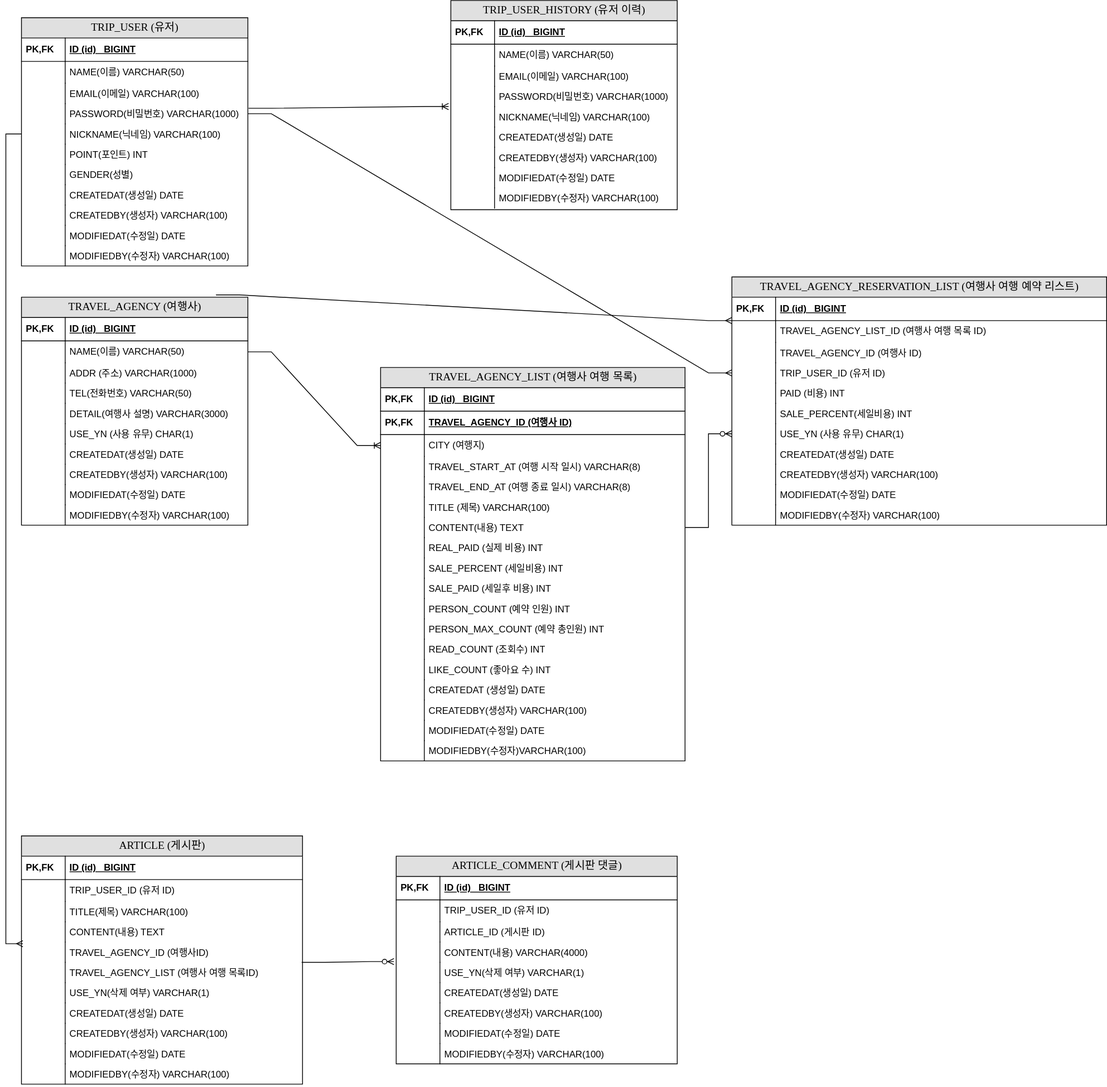
yang-hyunwoo/board-site keeps this draw.io diagram as document/여행 사이트 ERD 다이어그램.drawio.svg. Above is the earlier version. Source tidied: cells renumbered, new cells last; positions are measured from the earlier drawing's top-left corner, leaving out a move shared by most shapes.
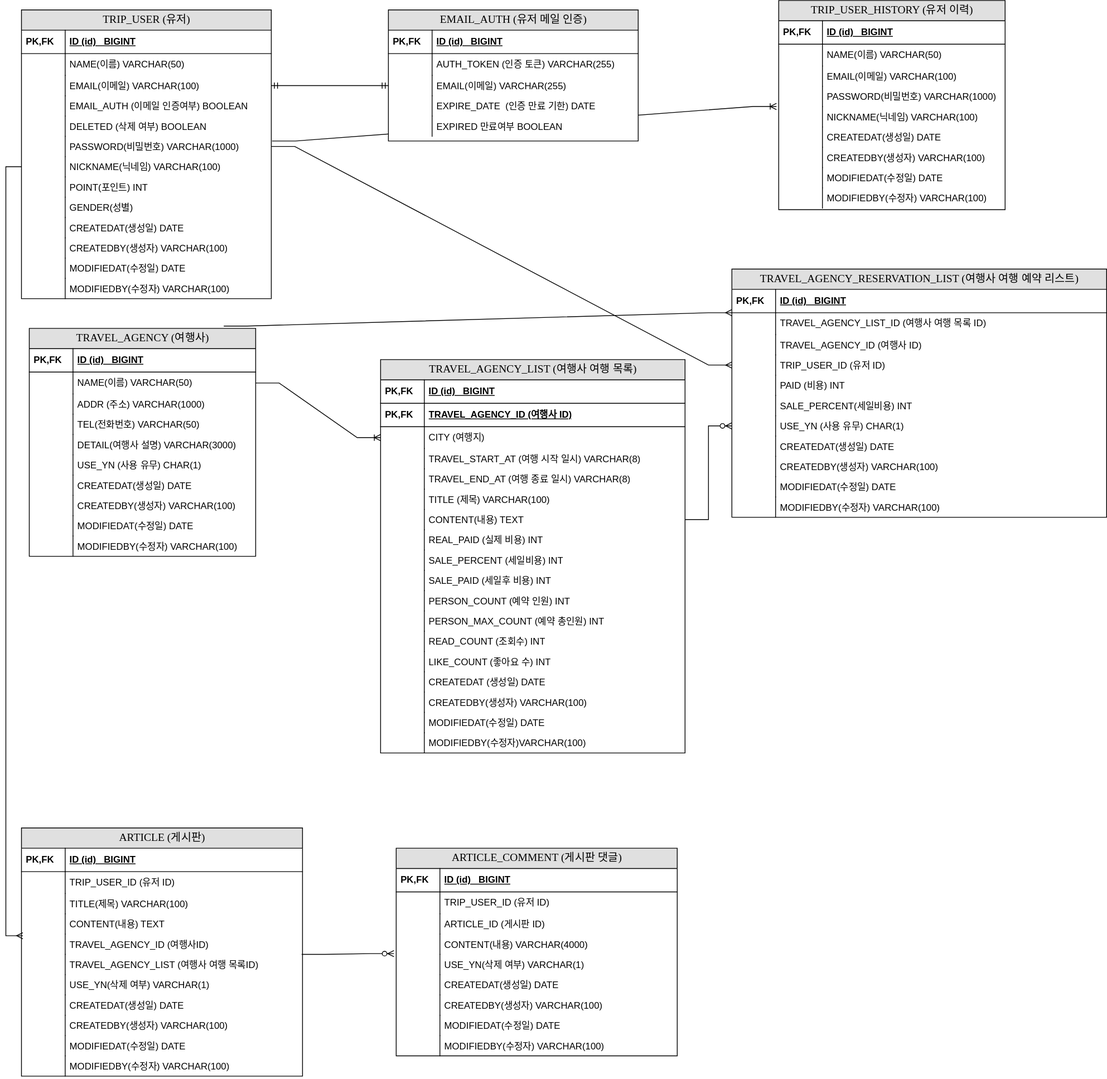
After the change.

Commit message:
여행 사이트 ERD 다이어그램.drawio.svg 업데이트

What changed in the source:
```diff
@@ -3,70 +3,82 @@
     <mxCell id="0" />
     <mxCell id="1" parent="0" />
     <mxCell id="2" value="TRIP_USER (유저)" style="swimlane;html=1;fontStyle=0;horizontal=1;startSize=26;fillColor=#e0e0e0;swimlaneFillColor=#ffffff;align=center;rounded=0;shadow=0;comic=0;labelBackgroundColor=none;strokeWidth=1;fontFamily=Verdana;fontSize=14;" parent="1" vertex="1">
-      <mxGeometry y="22" width="290" height="318" as="geometry" />
+      <mxGeometry y="22" width="320" height="370" as="geometry" />
     </mxCell>
     <mxCell id="3" value="ID (id)&amp;nbsp; &amp;nbsp;BIGINT" style="shape=partialRectangle;top=0;left=0;right=0;bottom=1;html=1;align=left;verticalAlign=middle;fillColor=none;spacingLeft=60;spacingRight=4;whiteSpace=wrap;overflow=hidden;fontStyle=5;" parent="2" vertex="1">
-      <mxGeometry y="26" width="290" height="30" as="geometry" />
+      <mxGeometry y="26" width="320" height="30" as="geometry" />
     </mxCell>
     <mxCell id="4" value="PK,FK" style="shape=partialRectangle;fontStyle=1;top=0;left=0;bottom=0;html=1;fillColor=none;align=left;verticalAlign=middle;spacingLeft=4;spacingRight=4;whiteSpace=wrap;overflow=hidden;" parent="3" vertex="1">
       <mxGeometry width="56" height="30" as="geometry" />
     </mxCell>
     <mxCell id="5" value="NAME(이름) VARCHAR(50)" style="shape=partialRectangle;top=0;left=0;right=0;bottom=0;html=1;align=left;verticalAlign=top;fillColor=none;spacingLeft=60;spacingRight=4;whiteSpace=wrap;overflow=hidden;" parent="2" vertex="1">
-      <mxGeometry y="56" width="290" height="28" as="geometry" />
+      <mxGeometry y="56" width="320" height="28" as="geometry" />
     </mxCell>
     <mxCell id="6" style="shape=partialRectangle;top=0;left=0;bottom=0;html=1;fillColor=none;align=left;verticalAlign=top;spacingLeft=4;spacingRight=4;whiteSpace=wrap;overflow=hidden;" parent="5" vertex="1">
       <mxGeometry width="56" height="28" as="geometry" />
     </mxCell>
     <mxCell id="7" value="EMAIL(이메일) VARCHAR(100)" style="shape=partialRectangle;top=0;left=0;right=0;bottom=0;html=1;align=left;verticalAlign=top;fillColor=none;spacingLeft=60;spacingRight=4;whiteSpace=wrap;overflow=hidden;points=[[0,0.5],[1,0.5]];portConstraint=eastwest;" parent="2" vertex="1">
-      <mxGeometry y="84" width="290" height="26" as="geometry" />
+      <mxGeometry y="84" width="320" height="26" as="geometry" />
     </mxCell>
     <mxCell id="8" style="shape=partialRectangle;top=0;left=0;bottom=0;html=1;fillColor=none;align=left;verticalAlign=top;spacingLeft=4;spacingRight=4;whiteSpace=wrap;overflow=hidden;" parent="7" vertex="1">
       <mxGeometry width="56" height="26" as="geometry" />
     </mxCell>
+    <mxCell id="174" value="EMAIL_AUTH (이메일 인증여부) BOOLEAN" style="shape=partialRectangle;top=0;left=0;right=0;bottom=0;html=1;align=left;verticalAlign=top;fillColor=none;spacingLeft=60;spacingRight=4;whiteSpace=wrap;overflow=hidden;" parent="2" vertex="1">
+      <mxGeometry y="110" width="320" height="26" as="geometry" />
+    </mxCell>
+    <mxCell id="175" style="shape=partialRectangle;top=0;left=0;bottom=0;html=1;fillColor=none;align=left;verticalAlign=top;spacingLeft=4;spacingRight=4;whiteSpace=wrap;overflow=hidden;" parent="174" vertex="1">
+      <mxGeometry width="56" height="26" as="geometry" />
+    </mxCell>
+    <mxCell id="176" value="DELETED (삭제 여부) BOOLEAN" style="shape=partialRectangle;top=0;left=0;right=0;bottom=0;html=1;align=left;verticalAlign=top;fillColor=none;spacingLeft=60;spacingRight=4;whiteSpace=wrap;overflow=hidden;" parent="2" vertex="1">
+      <mxGeometry y="136" width="320" height="26" as="geometry" />
+    </mxCell>
+    <mxCell id="177" style="shape=partialRectangle;top=0;left=0;bottom=0;html=1;fillColor=none;align=left;verticalAlign=top;spacingLeft=4;spacingRight=4;whiteSpace=wrap;overflow=hidden;" parent="176" vertex="1">
+      <mxGeometry width="56" height="26" as="geometry" />
+    </mxCell>
     <mxCell id="9" value="PASSWORD(비밀번호) VARCHAR(1000)" style="shape=partialRectangle;top=0;left=0;right=0;bottom=0;html=1;align=left;verticalAlign=top;fillColor=none;spacingLeft=60;spacingRight=4;whiteSpace=wrap;overflow=hidden;points=[[0,0.5],[1,0.5]];portConstraint=eastwest;" parent="2" vertex="1">
-      <mxGeometry y="110" width="290" height="26" as="geometry" />
+      <mxGeometry y="162" width="320" height="26" as="geometry" />
     </mxCell>
     <mxCell id="10" style="shape=partialRectangle;top=0;left=0;bottom=0;html=1;fillColor=none;align=left;verticalAlign=top;spacingLeft=4;spacingRight=4;whiteSpace=wrap;overflow=hidden;" parent="9" vertex="1">
       <mxGeometry width="56" height="26" as="geometry" />
     </mxCell>
     <mxCell id="11" value="NICKNAME(닉네임) VARCHAR(100)" style="shape=partialRectangle;top=0;left=0;right=0;bottom=0;html=1;align=left;verticalAlign=top;fillColor=none;spacingLeft=60;spacingRight=4;whiteSpace=wrap;overflow=hidden;points=[[0,0.5],[1,0.5]];portConstraint=eastwest;" parent="2" vertex="1">
-      <mxGeometry y="136" width="290" height="26" as="geometry" />
+      <mxGeometry y="188" width="320" height="26" as="geometry" />
     </mxCell>
     <mxCell id="12" style="shape=partialRectangle;top=0;left=0;bottom=0;html=1;fillColor=none;align=left;verticalAlign=top;spacingLeft=4;spacingRight=4;whiteSpace=wrap;overflow=hidden;" parent="11" vertex="1">
       <mxGeometry width="56" height="26" as="geometry" />
     </mxCell>
     <mxCell id="13" value="POINT(포인트) INT" style="shape=partialRectangle;top=0;left=0;right=0;bottom=0;html=1;align=left;verticalAlign=top;fillColor=none;spacingLeft=60;spacingRight=4;whiteSpace=wrap;overflow=hidden;" parent="2" vertex="1">
-      <mxGeometry y="162" width="290" height="26" as="geometry" />
+      <mxGeometry y="214" width="320" height="26" as="geometry" />
     </mxCell>
     <mxCell id="14" style="shape=partialRectangle;top=0;left=0;bottom=0;html=1;fillColor=none;align=left;verticalAlign=top;spacingLeft=4;spacingRight=4;whiteSpace=wrap;overflow=hidden;" parent="13" vertex="1">
       <mxGeometry width="56" height="26" as="geometry" />
     </mxCell>
     <mxCell id="15" value="GENDER(성별)" style="shape=partialRectangle;top=0;left=0;right=0;bottom=0;html=1;align=left;verticalAlign=top;fillColor=none;spacingLeft=60;spacingRight=4;whiteSpace=wrap;overflow=hidden;" parent="2" vertex="1">
-      <mxGeometry y="188" width="290" height="26" as="geometry" />
+      <mxGeometry y="240" width="320" height="26" as="geometry" />
     </mxCell>
     <mxCell id="16" style="shape=partialRectangle;top=0;left=0;bottom=0;html=1;fillColor=none;align=left;verticalAlign=top;spacingLeft=4;spacingRight=4;whiteSpace=wrap;overflow=hidden;" parent="15" vertex="1">
       <mxGeometry width="56" height="26" as="geometry" />
     </mxCell>
     <mxCell id="17" value="CREATEDAT(생성일) DATE" style="shape=partialRectangle;top=0;left=0;right=0;bottom=0;html=1;align=left;verticalAlign=top;fillColor=none;spacingLeft=60;spacingRight=4;whiteSpace=wrap;overflow=hidden;" parent="2" vertex="1">
-      <mxGeometry y="214" width="290" height="26" as="geometry" />
+      <mxGeometry y="266" width="320" height="26" as="geometry" />
     </mxCell>
     <mxCell id="18" style="shape=partialRectangle;top=0;left=0;bottom=0;html=1;fillColor=none;align=left;verticalAlign=top;spacingLeft=4;spacingRight=4;whiteSpace=wrap;overflow=hidden;" parent="17" vertex="1">
       <mxGeometry width="56" height="26" as="geometry" />
     </mxCell>
     <mxCell id="19" value="CREATEDBY(생성자) VARCHAR(100)" style="shape=partialRectangle;top=0;left=0;right=0;bottom=0;html=1;align=left;verticalAlign=top;fillColor=none;spacingLeft=60;spacingRight=4;whiteSpace=wrap;overflow=hidden;" parent="2" vertex="1">
-      <mxGeometry y="240" width="290" height="26" as="geometry" />
+      <mxGeometry y="292" width="320" height="26" as="geometry" />
     </mxCell>
     <mxCell id="20" style="shape=partialRectangle;top=0;left=0;bottom=0;html=1;fillColor=none;align=left;verticalAlign=top;spacingLeft=4;spacingRight=4;whiteSpace=wrap;overflow=hidden;" parent="19" vertex="1">
       <mxGeometry width="56" height="26" as="geometry" />
     </mxCell>
     <mxCell id="21" value="MODIFIEDAT(수정일) DATE" style="shape=partialRectangle;top=0;left=0;right=0;bottom=0;html=1;align=left;verticalAlign=top;fillColor=none;spacingLeft=60;spacingRight=4;whiteSpace=wrap;overflow=hidden;" parent="2" vertex="1">
-      <mxGeometry y="266" width="290" height="26" as="geometry" />
+      <mxGeometry y="318" width="320" height="26" as="geometry" />
     </mxCell>
     <mxCell id="22" style="shape=partialRectangle;top=0;left=0;bottom=0;html=1;fillColor=none;align=left;verticalAlign=top;spacingLeft=4;spacingRight=4;whiteSpace=wrap;overflow=hidden;" parent="21" vertex="1">
       <mxGeometry width="56" height="26" as="geometry" />
     </mxCell>
     <mxCell id="23" value="MODIFIEDBY(수정자) VARCHAR(100)" style="shape=partialRectangle;top=0;left=0;right=0;bottom=0;html=1;align=left;verticalAlign=top;fillColor=none;spacingLeft=60;spacingRight=4;whiteSpace=wrap;overflow=hidden;" parent="2" vertex="1">
-      <mxGeometry y="292" width="290" height="26" as="geometry" />
+      <mxGeometry y="344" width="320" height="26" as="geometry" />
     </mxCell>
     <mxCell id="24" style="shape=partialRectangle;top=0;left=0;bottom=0;html=1;fillColor=none;align=left;verticalAlign=top;spacingLeft=4;spacingRight=4;whiteSpace=wrap;overflow=hidden;" parent="23" vertex="1">
       <mxGeometry width="56" height="26" as="geometry" />
@@ -75,7 +87,7 @@
       <mxGeometry relative="1" as="geometry" />
     </mxCell>
     <mxCell id="26" value="TRIP_USER_HISTORY (유저 이력)" style="swimlane;html=1;fontStyle=0;horizontal=1;startSize=26;fillColor=#e0e0e0;swimlaneFillColor=#ffffff;align=center;rounded=0;shadow=0;comic=0;labelBackgroundColor=none;strokeWidth=1;fontFamily=Verdana;fontSize=14;" parent="1" vertex="1">
-      <mxGeometry x="550" width="290" height="268" as="geometry" />
+      <mxGeometry x="970" y="10" width="290" height="268" as="geometry" />
     </mxCell>
     <mxCell id="27" value="ID (id)&amp;nbsp; &amp;nbsp;BIGINT" style="shape=partialRectangle;top=0;left=0;right=0;bottom=1;html=1;align=left;verticalAlign=middle;fillColor=none;spacingLeft=60;spacingRight=4;whiteSpace=wrap;overflow=hidden;fontStyle=5;" parent="26" vertex="1">
       <mxGeometry y="26" width="290" height="30" as="geometry" />
@@ -132,7 +144,7 @@
       <mxGeometry width="56" height="26" as="geometry" />
     </mxCell>
     <mxCell id="45" value="TRAVEL_AGENCY (여행사)" style="swimlane;html=1;fontStyle=0;horizontal=1;startSize=26;fillColor=#e0e0e0;swimlaneFillColor=#ffffff;align=center;rounded=0;shadow=0;comic=0;labelBackgroundColor=none;strokeWidth=1;fontFamily=Verdana;fontSize=14;" parent="1" vertex="1">
-      <mxGeometry y="380" width="290" height="292" as="geometry" />
+      <mxGeometry x="10" y="430" width="290" height="292" as="geometry" />
     </mxCell>
     <mxCell id="46" value="ID (id)&amp;nbsp; &amp;nbsp;BIGINT" style="shape=partialRectangle;top=0;left=0;right=0;bottom=1;html=1;align=left;verticalAlign=middle;fillColor=none;spacingLeft=60;spacingRight=4;whiteSpace=wrap;overflow=hidden;fontStyle=5;" parent="45" vertex="1">
       <mxGeometry y="26" width="290" height="30" as="geometry" />
@@ -520,5 +532,41 @@
     <mxCell id="173" style="edgeStyle=entityRelationEdgeStyle;fontSize=12;html=1;endArrow=ERmany;rounded=0;exitX=1;exitY=0.5;exitDx=0;exitDy=0;entryX=0;entryY=0.5;entryDx=0;entryDy=0;" parent="1" edge="1" source="9" target="111">
       <mxGeometry relative="1" as="geometry" />
     </mxCell>
+    <mxCell id="178" value="EMAIL_AUTH (유저 메일 인증)" style="swimlane;html=1;fontStyle=0;horizontal=1;startSize=26;fillColor=#e0e0e0;swimlaneFillColor=#ffffff;align=center;rounded=0;shadow=0;comic=0;labelBackgroundColor=none;strokeWidth=1;fontFamily=Verdana;fontSize=14;" parent="1" vertex="1">
+      <mxGeometry x="470" y="22" width="320" height="168" as="geometry" />
+    </mxCell>
+    <mxCell id="179" value="ID (id)&amp;nbsp; &amp;nbsp;BIGINT" style="shape=partialRectangle;top=0;left=0;right=0;bottom=1;html=1;align=left;verticalAlign=middle;fillColor=none;spacingLeft=60;spacingRight=4;whiteSpace=wrap;overflow=hidden;fontStyle=5;" parent="178" vertex="1">
+      <mxGeometry y="26" width="320" height="30" as="geometry" />
+    </mxCell>
+    <mxCell id="180" value="PK,FK" style="shape=partialRectangle;fontStyle=1;top=0;left=0;bottom=0;html=1;fillColor=none;align=left;verticalAlign=middle;spacingLeft=4;spacingRight=4;whiteSpace=wrap;overflow=hidden;" parent="179" vertex="1">
+      <mxGeometry width="56" height="30" as="geometry" />
+    </mxCell>
+    <mxCell id="181" value="AUTH_TOKEN (인증 토큰) VARCHAR(255)" style="shape=partialRectangle;top=0;left=0;right=0;bottom=0;html=1;align=left;verticalAlign=top;fillColor=none;spacingLeft=60;spacingRight=4;whiteSpace=wrap;overflow=hidden;" parent="178" vertex="1">
+      <mxGeometry y="56" width="320" height="28" as="geometry" />
+    </mxCell>
+    <mxCell id="182" style="shape=partialRectangle;top=0;left=0;bottom=0;html=1;fillColor=none;align=left;verticalAlign=top;spacingLeft=4;spacingRight=4;whiteSpace=wrap;overflow=hidden;" parent="181" vertex="1">
+      <mxGeometry width="56" height="28" as="geometry" />
+    </mxCell>
+    <mxCell id="183" value="EMAIL(이메일) VARCHAR(255)" style="shape=partialRectangle;top=0;left=0;right=0;bottom=0;html=1;align=left;verticalAlign=top;fillColor=none;spacingLeft=60;spacingRight=4;whiteSpace=wrap;overflow=hidden;points=[[0,0.5],[1,0.5]];portConstraint=eastwest;" parent="178" vertex="1">
+      <mxGeometry y="84" width="320" height="26" as="geometry" />
+    </mxCell>
+    <mxCell id="184" style="shape=partialRectangle;top=0;left=0;bottom=0;html=1;fillColor=none;align=left;verticalAlign=top;spacingLeft=4;spacingRight=4;whiteSpace=wrap;overflow=hidden;" parent="183" vertex="1">
+      <mxGeometry width="56" height="26" as="geometry" />
+    </mxCell>
+    <mxCell id="185" value="EXPIRE_DATE&amp;nbsp; (인증 만료 기한) DATE" style="shape=partialRectangle;top=0;left=0;right=0;bottom=0;html=1;align=left;verticalAlign=top;fillColor=none;spacingLeft=60;spacingRight=4;whiteSpace=wrap;overflow=hidden;" parent="178" vertex="1">
+      <mxGeometry y="110" width="320" height="26" as="geometry" />
+    </mxCell>
+    <mxCell id="186" style="shape=partialRectangle;top=0;left=0;bottom=0;html=1;fillColor=none;align=left;verticalAlign=top;spacingLeft=4;spacingRight=4;whiteSpace=wrap;overflow=hidden;" parent="185" vertex="1">
+      <mxGeometry width="56" height="26" as="geometry" />
+    </mxCell>
+    <mxCell id="187" value="EXPIRED 만료여부 BOOLEAN" style="shape=partialRectangle;top=0;left=0;right=0;bottom=0;html=1;align=left;verticalAlign=top;fillColor=none;spacingLeft=60;spacingRight=4;whiteSpace=wrap;overflow=hidden;" parent="178" vertex="1">
+      <mxGeometry y="136" width="320" height="26" as="geometry" />
+    </mxCell>
+    <mxCell id="188" style="shape=partialRectangle;top=0;left=0;bottom=0;html=1;fillColor=none;align=left;verticalAlign=top;spacingLeft=4;spacingRight=4;whiteSpace=wrap;overflow=hidden;" parent="187" vertex="1">
+      <mxGeometry width="56" height="26" as="geometry" />
+    </mxCell>
+    <mxCell id="189" style="edgeStyle=entityRelationEdgeStyle;fontSize=12;html=1;endArrow=ERmandOne;startArrow=ERmandOne;rounded=0;exitX=1;exitY=0.5;exitDx=0;exitDy=0;entryX=0;entryY=0.5;entryDx=0;entryDy=0;" parent="1" edge="1" source="7" target="183">
+      <mxGeometry relative="1" as="geometry" />
+    </mxCell>
   </root>
 </mxGraphModel>
```
